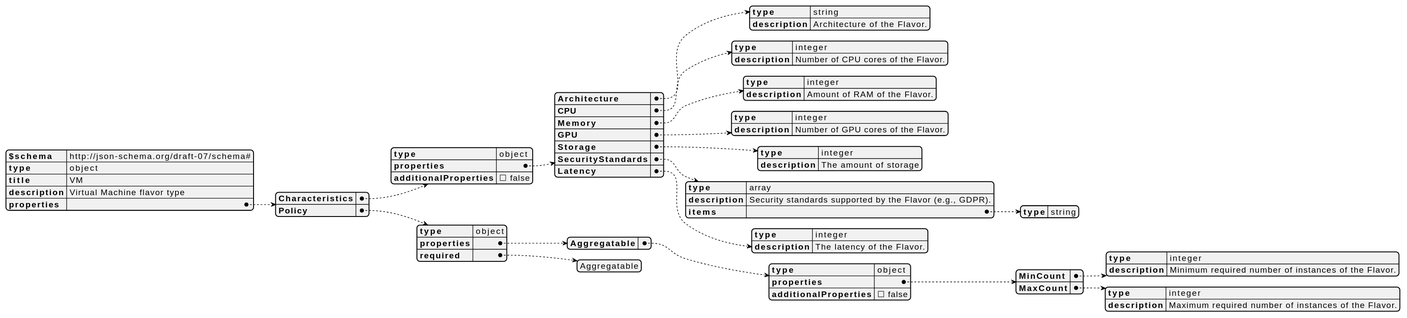
This is models/schemas/svg/flavor-types/vm.svg from fluidos-project/REAR-data-models, a PlantUML export, as it was before one commit. Its diagram source:
```plantuml
@startjson
{
    "$schema": "http://json-schema.org/draft-07/schema#",
    "type": "object",
    "title": "VM",
    "description": "Virtual Machine flavor type",
    "properties": {
        "Characteristics": {
            "type": "object",
            "properties": {
                "Architecture": {
                    "type": "string",
                    "description": "Architecture of the Flavor."
                },
                "CPU": {
                    "type": "integer",
                    "description": "Number of CPU cores of the Flavor."
                },
                "Memory": {
                    "type": "integer",
                    "description": "Amount of RAM of the Flavor."
                },
                "GPU": {
                    "type": "integer",
                    "description": "Number of GPU cores of the Flavor."
                },
                "Storage": {
                    "type": "integer",
                    "description": "The amount of storage"
                },
                "SecurityStandards": {
                    "type": "array",
                    "description": "Security standards supported by the Flavor (e.g., GDPR).",
                    "items": {
                        "type": "string"
                    }
                },
                "Latency": {
                    "type": "integer",
                    "description": "The latency of the Flavor."
                }
            },
            "additionalProperties": false
        },
        "Policy": {
            "type": "object",
            "properties": {
                "Aggregatable": {
                    "type": "object",
                    "properties": {
                        "MinCount": {
                            "type": "integer",
                            "description": "Minimum required number of instances of the Flavor."
                        },
                        "MaxCount": {
                            "type": "integer",
                            "description": "Maximum required number of instances of the Flavor."
                        }
                    },
                    "additionalProperties": false
                }
            },
            "required": [
                "Aggregatable"
            ]
        }
    }
}
@endjson
```
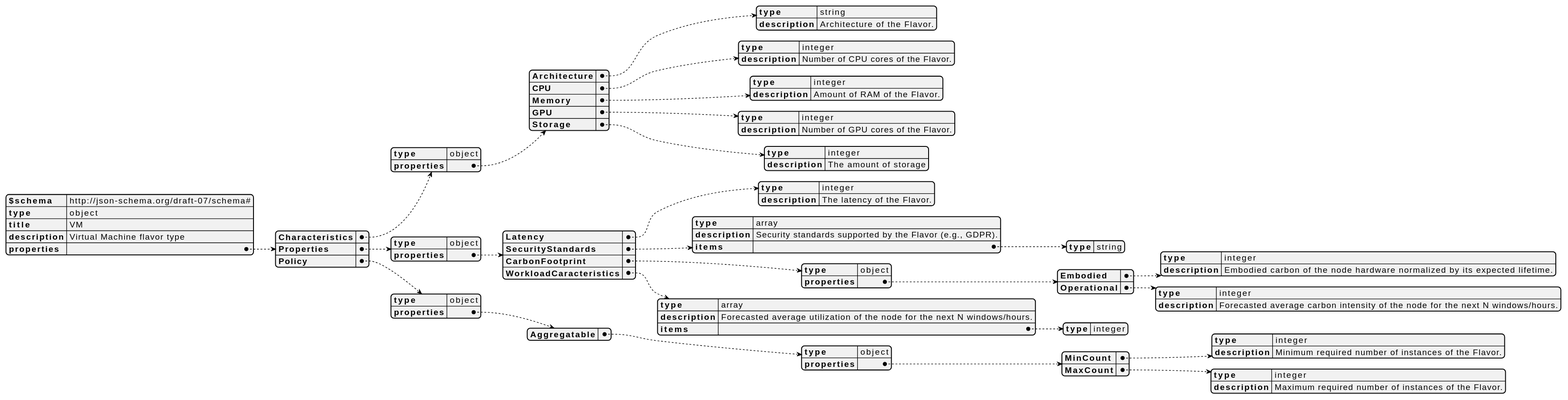
The same diagram one commit later.

Commit message:
update flavor schemas

Diff of the diagram source:
```diff
@@ -27,6 +27,15 @@
                 "Storage": {
                     "type": "integer",
                     "description": "The amount of storage"
+                }
+            }
+        },
+        "Properties": {
+            "type": "object",
+            "properties": {
+                "Latency": {
+                    "type": "integer",
+                    "description": "The latency of the Flavor."
                 },
                 "SecurityStandards": {
                     "type": "array",
@@ -35,12 +44,27 @@
                         "type": "string"
                     }
                 },
-                "Latency": {
-                    "type": "integer",
-                    "description": "The latency of the Flavor."
+                "CarbonFootprint": {
+                    "type": "object",
+                    "properties": {
+                        "Embodied": {
+                            "type": "integer",
+                            "description": "Embodied carbon of the node hardware normalized by its expected lifetime."
+                        },
+                        "Operational": {
+                            "type": "integer",
+                            "description": "Forecasted average carbon intensity of the node for the next N windows/hours."
+                        }
+                    }
+                },
+                "WorkloadCaracteristics": {
+                    "type": "array",
+                    "description": "Forecasted average utilization of the node for the next N windows/hours.",
+                    "items": {
+                        "type": "integer"
+                    }
                 }
-            },
-            "additionalProperties": false
+            }
         },
         "Policy": {
             "type": "object",
@@ -56,13 +80,9 @@
                             "type": "integer",
                             "description": "Maximum required number of instances of the Flavor."
                         }
-                    },
-                    "additionalProperties": false
+                    }
                 }
-            },
-            "required": [
-                "Aggregatable"
-            ]
+            }
         }
     }
 }
```
